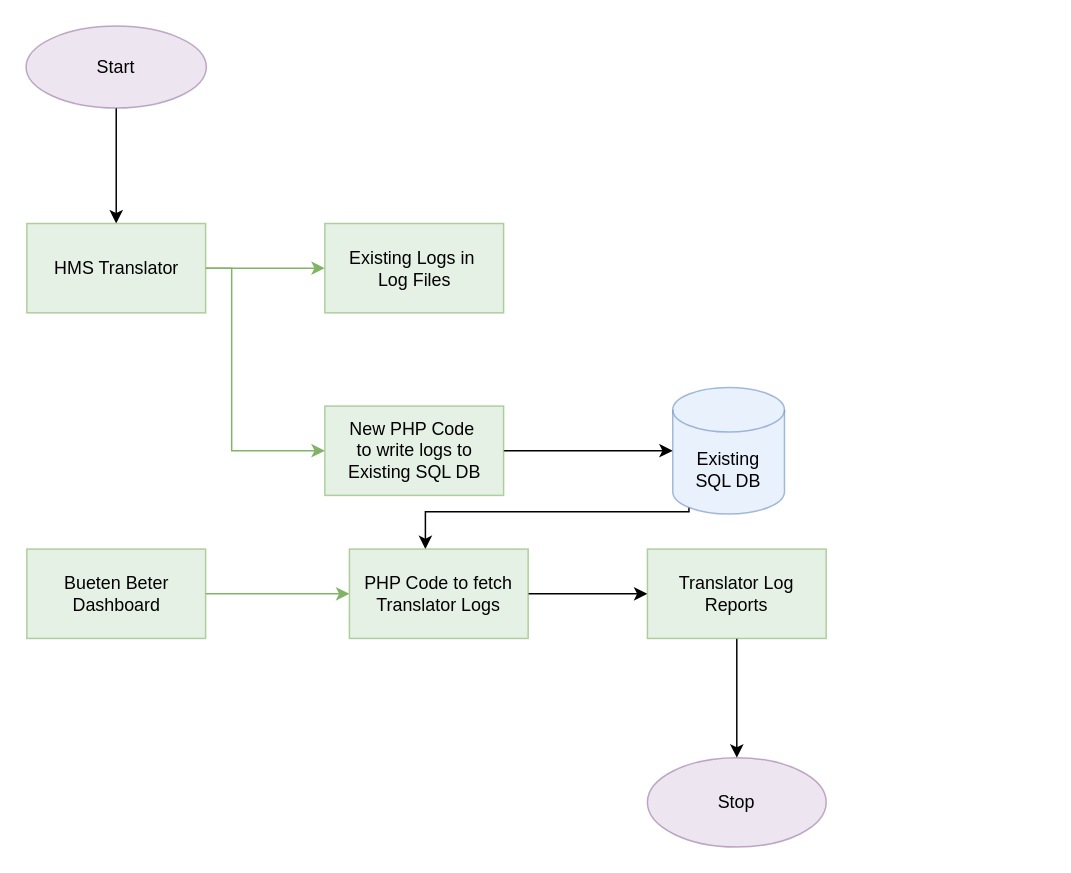
Before: Untitled Diagram.drawio in prakashadabala1/AndroidExamples, a draw.io diagram. Source tidied: cells renumbered, new cells numbered last; positions are measured from the earlier drawing's top-left corner, leaving out a move shared by most shapes. Both pictures are drawn from the tidied source at 149%, with x=0, y=0 at pixel (25, 25).
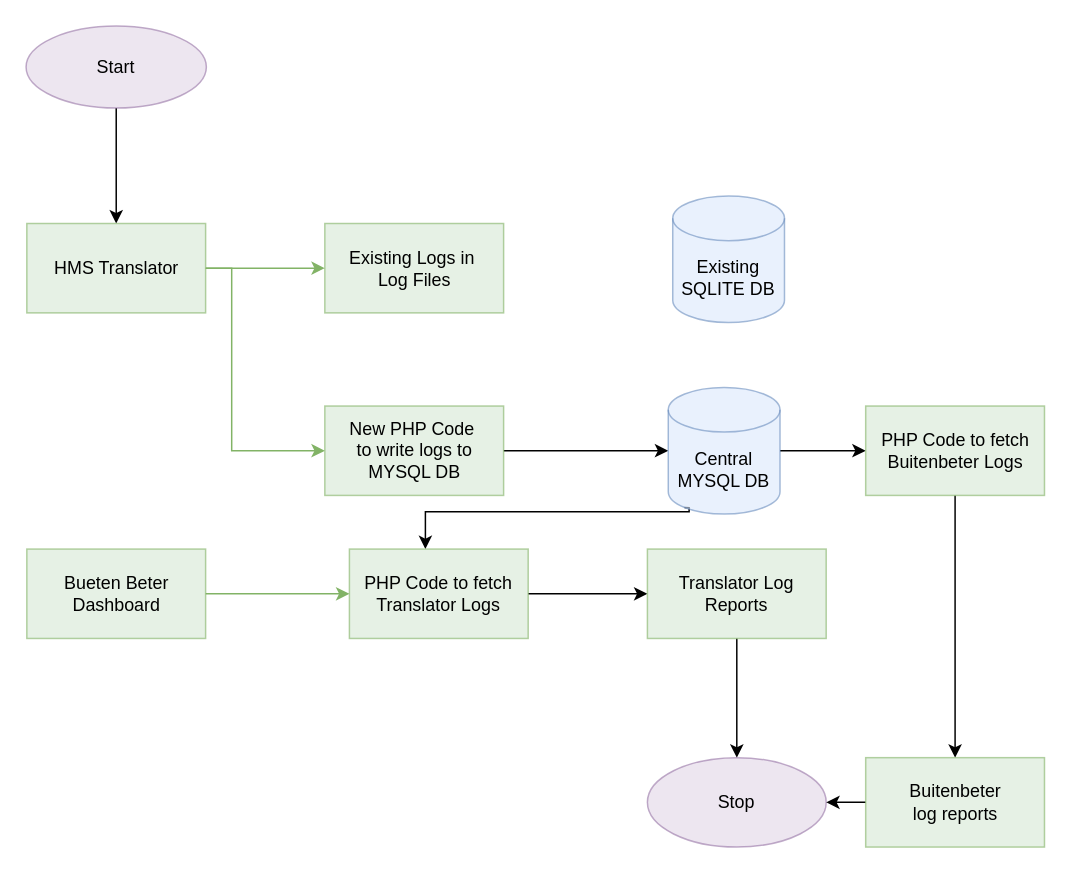
The same diagram, later.

Unchanged cells that the change refers to:
```xml
<mxCell id="18" value="Stop" style="ellipse;whiteSpace=wrap;html=1;opacity=60;fillColor=#e1d5e7;strokeColor=#9673a6;" parent="1" vertex="1">
  <mxGeometry x="417" y="491" width="120" height="60" as="geometry" />
</mxCell>
```

The edit, as a diff of the source:
```diff
@@
-    <mxCell id="9" value="New PHP Code&amp;nbsp;&lt;br&gt;to write logs to Existing SQL DB" style="whiteSpace=wrap;html=1;opacity=60;fillColor=#d5e8d4;strokeColor=#82b366;" parent="1" vertex="1">
+    <mxCell id="9" value="New PHP Code&amp;nbsp;&lt;br&gt;to write logs to MYSQL DB" style="whiteSpace=wrap;html=1;opacity=60;fillColor=#d5e8d4;strokeColor=#82b366;" parent="1" vertex="1">
       <mxGeometry x="200.5" y="255" width="120" height="60" as="geometry" />
     </mxCell>
@@
+    <mxCell id="19" style="edgeStyle=orthogonalEdgeStyle;rounded=0;jettySize=auto;html=1;" parent="1" edge="1" source="11" target="22">
+      <mxGeometry relative="1" as="geometry" />
+    </mxCell>
-    <mxCell id="11" value="Existing&lt;br&gt;SQL DB" style="shape=cylinder3;whiteSpace=wrap;html=1;boundedLbl=1;backgroundOutline=1;size=15;opacity=60;fillColor=#dae8fc;strokeColor=#6c8ebf;" parent="1" vertex="1">
-      <mxGeometry x="434" y="242.5" width="75" height="85" as="geometry" />
+    <mxCell id="11" value="Central&lt;br&gt;MYSQL DB" style="shape=cylinder3;whiteSpace=wrap;html=1;boundedLbl=1;backgroundOutline=1;size=15;opacity=60;fillColor=#dae8fc;strokeColor=#6c8ebf;" parent="1" vertex="1">
+      <mxGeometry x="431" y="242.5" width="75" height="85" as="geometry" />
     </mxCell>
@@
+    <mxCell id="20" value="Existing&lt;br&gt;SQLITE DB" style="shape=cylinder3;whiteSpace=wrap;html=1;boundedLbl=1;backgroundOutline=1;size=15;opacity=60;fillColor=#dae8fc;strokeColor=#6c8ebf;" parent="1" vertex="1">
+      <mxGeometry x="434" y="114" width="75" height="85" as="geometry" />
+    </mxCell>
+    <mxCell id="21" style="edgeStyle=orthogonalEdgeStyle;rounded=0;jettySize=auto;html=1;" parent="1" edge="1" source="22" target="24">
+      <mxGeometry relative="1" as="geometry" />
+    </mxCell>
+    <mxCell id="22" value="PHP Code to fetch Buitenbeter Logs" style="whiteSpace=wrap;html=1;strokeColor=#82b366;fillColor=#d5e8d4;opacity=60;" parent="1" vertex="1">
+      <mxGeometry x="563.5" y="255" width="120" height="60" as="geometry" />
+    </mxCell>
+    <mxCell id="23" style="edgeStyle=orthogonalEdgeStyle;rounded=0;jettySize=auto;html=1;" parent="1" edge="1" source="24" target="18">
+      <mxGeometry relative="1" as="geometry" />
+    </mxCell>
+    <mxCell id="24" value="Buitenbeter &lt;br&gt;log reports" style="whiteSpace=wrap;html=1;strokeColor=#82b366;fillColor=#d5e8d4;opacity=60;" parent="1" vertex="1">
+      <mxGeometry x="563.5" y="491" width="120" height="60" as="geometry" />
+    </mxCell>
```
